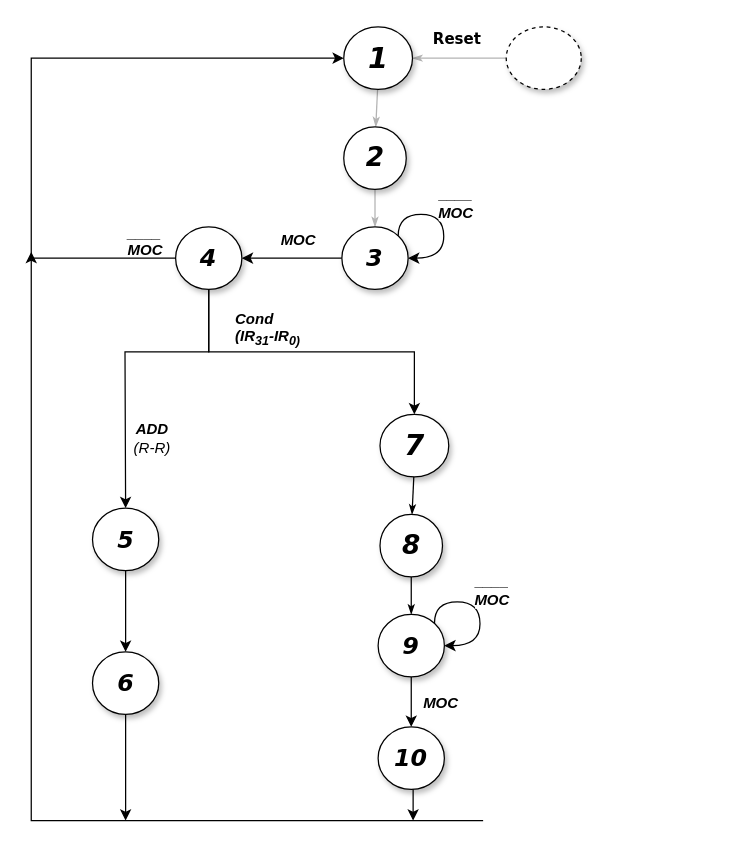
Before: CPU_State_Diag.drawio in TheParodicts/MIPS_CPU_Diagram, a draw.io diagram. Source tidied: cells renumbered, new cells numbered last; positions are measured from the earlier drawing's top-left corner, leaving out a move shared by most shapes. Both pictures are drawn from the tidied source at 125%, with x=0, y=0 at pixel (30, 26).
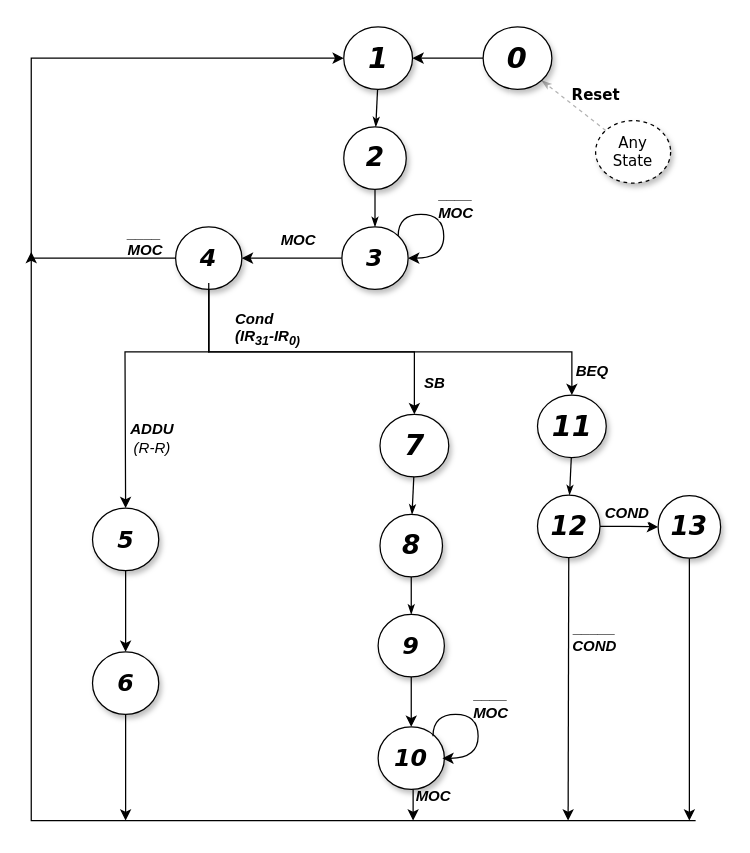
The same diagram, later.

The change refers to these unchanged cells:
```xml
<mxCell id="5" value="&lt;b&gt;&lt;i&gt;&lt;font style=&quot;font-size: 23px&quot;&gt;1&lt;/font&gt;&lt;/i&gt;&lt;/b&gt;" style="ellipse;whiteSpace=wrap;html=1;rounded=0;shadow=1;comic=0;labelBackgroundColor=none;strokeColor=#000000;strokeWidth=1;fillColor=#FFFFFF;fontFamily=Verdana;fontSize=12;fontColor=#000000;align=center;" parent="1" vertex="1">
  <mxGeometry x="250.5" width="55" height="50" as="geometry" />
</mxCell>
<mxCell id="7" value="&lt;span&gt;&lt;b&gt;&lt;i&gt;&lt;font style=&quot;font-size: 21px&quot;&gt;2&lt;/font&gt;&lt;/i&gt;&lt;/b&gt;&lt;/span&gt;" style="ellipse;whiteSpace=wrap;html=1;rounded=0;shadow=1;comic=0;labelBackgroundColor=none;strokeColor=#000000;strokeWidth=1;fillColor=#FFFFFF;fontFamily=Verdana;fontSize=12;fontColor=#000000;align=center;" parent="1" vertex="1">
  <mxGeometry x="250.5" y="80" width="50" height="50" as="geometry" />
</mxCell>
<mxCell id="8" style="edgeStyle=orthogonalEdgeStyle;rounded=0;jettySize=auto;html=1;" parent="1" edge="1" source="11" target="15">
  <mxGeometry relative="1" as="geometry" />
</mxCell>
<mxCell id="11" value="&lt;span&gt;&lt;b&gt;&lt;i&gt;&lt;font style=&quot;font-size: 19px&quot;&gt;3&lt;/font&gt;&lt;/i&gt;&lt;/b&gt;&lt;/span&gt;" style="ellipse;whiteSpace=wrap;html=1;rounded=0;shadow=1;comic=0;labelBackgroundColor=none;strokeColor=#000000;strokeWidth=1;fillColor=#FFFFFF;fontFamily=Verdana;fontSize=12;fontColor=#000000;align=center;" parent="1" vertex="1">
  <mxGeometry x="249" y="160" width="53" height="50" as="geometry" />
</mxCell>
<mxCell id="13" style="edgeStyle=orthogonalEdgeStyle;rounded=0;jettySize=auto;html=1;exitX=0.5;exitY=1;exitDx=0;exitDy=0;" parent="1" edge="1" source="15" target="17">
  <mxGeometry relative="1" as="geometry">
    <Array as="points">
      <mxPoint x="142.5" y="260" />
      <mxPoint x="75.5" y="260" />
    </Array>
  </mxGeometry>
</mxCell>
<mxCell id="15" value="&lt;span&gt;&lt;b&gt;&lt;i&gt;&lt;font style=&quot;font-size: 19px&quot;&gt;4&lt;/font&gt;&lt;/i&gt;&lt;/b&gt;&lt;/span&gt;" style="ellipse;whiteSpace=wrap;html=1;rounded=0;shadow=1;comic=0;labelBackgroundColor=none;strokeColor=#000000;strokeWidth=1;fillColor=#FFFFFF;fontFamily=Verdana;fontSize=12;fontColor=#000000;align=center;" parent="1" vertex="1">
  <mxGeometry x="116" y="160" width="53" height="50" as="geometry" />
</mxCell>
<mxCell id="26" value="&lt;span style=&quot;font-size: 23px&quot;&gt;&lt;b&gt;&lt;i&gt;7&lt;/i&gt;&lt;/b&gt;&lt;/span&gt;" style="ellipse;whiteSpace=wrap;html=1;rounded=0;shadow=1;comic=0;labelBackgroundColor=none;strokeColor=#000000;strokeWidth=1;fillColor=#FFFFFF;fontFamily=Verdana;fontSize=12;fontColor=#000000;align=center;" parent="1" vertex="1">
  <mxGeometry x="279.5" y="310" width="55" height="50" as="geometry" />
</mxCell>
<mxCell id="30" value="&lt;span&gt;&lt;b&gt;&lt;i&gt;&lt;font style=&quot;font-size: 19px&quot;&gt;9&lt;/font&gt;&lt;/i&gt;&lt;/b&gt;&lt;/span&gt;" style="ellipse;whiteSpace=wrap;html=1;rounded=0;shadow=1;comic=0;labelBackgroundColor=none;strokeColor=#000000;strokeWidth=1;fillColor=#FFFFFF;fontFamily=Verdana;fontSize=12;fontColor=#000000;align=center;" parent="1" vertex="1">
  <mxGeometry x="278" y="470" width="53" height="50" as="geometry" />
</mxCell>
```

What changed in the source:
```diff
@@
-    <mxCell id="2" value="&lt;b&gt;Reset&lt;/b&gt;" style="edgeStyle=none;rounded=1;html=1;labelBackgroundColor=none;startArrow=none;startFill=0;startSize=5;endArrow=classicThin;endFill=1;endSize=5;jettySize=auto;strokeColor=#B3B3B3;strokeWidth=1;fontFamily=Verdana;fontSize=12;fontColor=#000000;" parent="1" edge="1" source="3" target="5">
-      <mxGeometry x="0.07" y="-15" relative="1" as="geometry" />
+    <mxCell id="2" value="&lt;b&gt;Reset&lt;/b&gt;" style="edgeStyle=none;rounded=1;html=1;labelBackgroundColor=none;startArrow=none;startFill=0;startSize=5;endArrow=classicThin;endFill=1;endSize=5;jettySize=auto;strokeColor=#B3B3B3;strokeWidth=1;fontFamily=Verdana;fontSize=12;fontColor=#000000;dashed=1;entryX=1;entryY=1;entryDx=0;entryDy=0;" parent="1" edge="1" source="3" target="37">
+      <mxGeometry x="-0.27" y="-17" relative="1" as="geometry" />
     </mxCell>
-    <mxCell id="3" style="ellipse;whiteSpace=wrap;html=1;rounded=0;shadow=1;comic=0;labelBackgroundColor=none;strokeColor=#000000;strokeWidth=1;fillColor=#FFFFFF;fontFamily=Verdana;fontSize=12;fontColor=#000000;align=center;dashed=1;" parent="1" vertex="1">
-      <mxGeometry x="380.5" width="60" height="50" as="geometry" />
+    <mxCell id="3" value="Any State" style="ellipse;whiteSpace=wrap;html=1;rounded=0;shadow=1;comic=0;labelBackgroundColor=none;strokeColor=#000000;strokeWidth=1;fillColor=#FFFFFF;fontFamily=Verdana;fontSize=12;fontColor=#000000;align=center;dashed=1;" parent="1" vertex="1">
+      <mxGeometry x="452" y="75" width="60" height="50" as="geometry" />
     </mxCell>
-    <mxCell id="4" style="edgeStyle=none;rounded=1;html=1;labelBackgroundColor=none;startArrow=none;startFill=0;startSize=5;endArrow=classicThin;endFill=1;endSize=5;jettySize=auto;strokeColor=#B3B3B3;strokeWidth=1;fontFamily=Verdana;fontSize=12;fontColor=#000000;" parent="1" edge="1" source="5" target="7">
+    <mxCell id="4" style="edgeStyle=none;rounded=1;html=1;labelBackgroundColor=none;startArrow=none;startFill=0;startSize=5;endArrow=classicThin;endFill=1;endSize=5;jettySize=auto;strokeColor=#000000;strokeWidth=1;fontFamily=Verdana;fontSize=12;fontColor=#000000;" parent="1" edge="1" source="5" target="7">
       <mxGeometry relative="1" as="geometry" />
     </mxCell>
+    <mxCell id="36" style="edgeStyle=orthogonalEdgeStyle;rounded=0;jumpSize=0;jettySize=auto;html=1;strokeColor=#000000;endArrow=none;endFill=0;startArrow=classic;startFill=1;" parent="1" edge="1" source="5" target="37">
+      <mxGeometry relative="1" as="geometry" />
+    </mxCell>
@@
+    <mxCell id="37" value="&lt;b&gt;&lt;i&gt;&lt;font style=&quot;font-size: 23px&quot;&gt;0&lt;/font&gt;&lt;/i&gt;&lt;/b&gt;" style="ellipse;whiteSpace=wrap;html=1;rounded=0;shadow=1;comic=0;labelBackgroundColor=none;strokeColor=#000000;strokeWidth=1;fillColor=#FFFFFF;fontFamily=Verdana;fontSize=12;fontColor=#000000;align=center;" parent="1" vertex="1">
+      <mxGeometry x="362" width="55" height="50" as="geometry" />
+    </mxCell>
-    <mxCell id="6" style="edgeStyle=none;rounded=1;html=1;labelBackgroundColor=none;startArrow=none;startFill=0;startSize=5;endArrow=classicThin;endFill=1;endSize=5;jettySize=auto;strokeColor=#B3B3B3;strokeWidth=1;fontFamily=Verdana;fontSize=12;fontColor=#000000;" parent="1" edge="1" source="7" target="11">
+    <mxCell id="6" style="edgeStyle=none;rounded=1;html=1;labelBackgroundColor=none;startArrow=none;startFill=0;startSize=5;endArrow=classicThin;endFill=1;endSize=5;jettySize=auto;strokeColor=#000000;strokeWidth=1;fontFamily=Verdana;fontSize=12;fontColor=#000000;" parent="1" edge="1" source="7" target="11">
       <mxGeometry relative="1" as="geometry" />
     </mxCell>
@@
     <mxCell id="10" value="&lt;b&gt;&lt;i&gt;MOC&lt;/i&gt;&lt;/b&gt;" style="text;html=1;align=center;verticalAlign=middle;labelBackgroundColor=#ffffff;" parent="8" vertex="1">
       <mxGeometry x="-0.11" y="-3" relative="1" as="geometry">
-        <mxPoint x="114.5" y="358" as="offset" />
+        <mxPoint x="108.5" y="433" as="offset" />
       </mxGeometry>
     </mxCell>
@@
-    <mxCell id="14" value="&lt;i&gt;&lt;b&gt;ADD&lt;/b&gt;&lt;br&gt;(R-R)&lt;/i&gt;&lt;br&gt;" style="text;html=1;align=center;verticalAlign=middle;labelBackgroundColor=#ffffff;" parent="13" vertex="1">
+    <mxCell id="14" value="&lt;i&gt;&lt;b&gt;ADDU&lt;/b&gt;&lt;br&gt;(R-R)&lt;/i&gt;&lt;br&gt;" style="text;html=1;align=center;verticalAlign=middle;labelBackgroundColor=#ffffff;" parent="13" vertex="1">
       <mxGeometry x="0.37" y="-3" relative="1" as="geometry">
         <mxPoint x="23.5" y="19.5" as="offset" />
       </mxGeometry>
     </mxCell>
@@
     <mxCell id="23" style="endArrow=classic;html=1;edgeStyle=orthogonalEdgeStyle;rounded=0;" parent="1" edge="1">
       <mxGeometry relative="1" as="geometry">
-        <mxPoint x="362" y="635" as="sourcePoint" />
+        <mxPoint x="532" y="635" as="sourcePoint" />
         <mxPoint x="0.5" y="180" as="targetPoint" />
         <Array as="points">
           <mxPoint x="201" y="635" />
           <mxPoint x="1" y="635" />
         </Array>
       </mxGeometry>
     </mxCell>
@@
-    <mxCell id="33" style="edgeStyle=orthogonalEdgeStyle;rounded=0;orthogonalLoop=1;jettySize=auto;html=1;exitX=1;exitY=0;exitDx=0;exitDy=0;entryX=1;entryY=0.5;entryDx=0;entryDy=0;curved=1;" parent="1" edge="1" source="30" target="30">
-      <mxGeometry relative="1" as="geometry">
-        <Array as="points">
-          <mxPoint x="323.5" y="460" />
-          <mxPoint x="359.5" y="460" />
-          <mxPoint x="359.5" y="495" />
-        </Array>
-      </mxGeometry>
-    </mxCell>
+    <mxCell id="35" style="endArrow=classic;html=1;strokeColor=#000000;entryX=0.5;entryY=0;entryDx=0;entryDy=0;exitX=0.5;exitY=1;exitDx=0;exitDy=0;edgeStyle=orthogonalEdgeStyle;rounded=0;" parent="1" edge="1" source="15" target="26">
+      <mxGeometry relative="1" as="geometry" />
+    </mxCell>
+    <mxCell id="38" value="&lt;b&gt;&lt;i&gt;SB&lt;/i&gt;&lt;/b&gt;" style="text;html=1;align=center;verticalAlign=middle;labelBackgroundColor=#ffffff;" parent="35" vertex="1">
+      <mxGeometry x="0.75" relative="1" as="geometry">
+        <mxPoint x="15" y="8" as="offset" />
+      </mxGeometry>
+    </mxCell>
+    <mxCell id="39" style="edgeStyle=orthogonalEdgeStyle;rounded=0;orthogonalLoop=1;jettySize=auto;html=1;exitX=1;exitY=0;exitDx=0;exitDy=0;entryX=1;entryY=0.5;entryDx=0;entryDy=0;curved=1;" parent="1" edge="1">
+      <mxGeometry relative="1" as="geometry">
+        <mxPoint x="321.9" y="567.4" as="sourcePoint" />
+        <mxPoint x="329.4" y="585.1" as="targetPoint" />
+        <Array as="points">
+          <mxPoint x="322" y="550" />
+          <mxPoint x="358" y="550" />
+          <mxPoint x="358" y="585" />
+        </Array>
+      </mxGeometry>
+    </mxCell>
-    <mxCell id="34" value="&lt;b&gt;&lt;i&gt;____&lt;br&gt;MOC&lt;/i&gt;&lt;/b&gt;" style="text;html=1;align=center;verticalAlign=middle;labelBackgroundColor=#ffffff;horizontal=1;" parent="33" vertex="1">
+    <mxCell id="34" value="&lt;b&gt;&lt;i&gt;____&lt;br&gt;MOC&lt;/i&gt;&lt;/b&gt;" style="text;html=1;align=center;verticalAlign=middle;labelBackgroundColor=#ffffff;horizontal=1;" parent="39" vertex="1">
       <mxGeometry x="-0.23" y="-4" relative="1" as="geometry">
         <mxPoint x="18" y="-14" as="offset" />
       </mxGeometry>
     </mxCell>
-    <mxCell id="35" style="endArrow=classic;html=1;strokeColor=#000000;entryX=0.5;entryY=0;entryDx=0;entryDy=0;exitX=0.5;exitY=1;exitDx=0;exitDy=0;edgeStyle=orthogonalEdgeStyle;rounded=0;" parent="1" edge="1" source="15" target="26">
-      <mxGeometry relative="1" as="geometry" />
-    </mxCell>
+    <mxCell id="40" style="edgeStyle=none;rounded=1;html=1;labelBackgroundColor=none;startArrow=none;startFill=0;startSize=5;endArrow=classicThin;endFill=1;endSize=5;jettySize=auto;strokeColor=#000000;strokeWidth=1;fontFamily=Verdana;fontSize=12;fontColor=#000000;" parent="1" edge="1" source="41" target="46">
+      <mxGeometry relative="1" as="geometry" />
+    </mxCell>
+    <mxCell id="41" value="&lt;span style=&quot;font-size: 23px&quot;&gt;&lt;b&gt;&lt;i&gt;11&lt;/i&gt;&lt;/b&gt;&lt;/span&gt;" style="ellipse;whiteSpace=wrap;html=1;rounded=0;shadow=1;comic=0;labelBackgroundColor=none;strokeColor=#000000;strokeWidth=1;fillColor=#FFFFFF;fontFamily=Verdana;fontSize=12;fontColor=#000000;align=center;" parent="1" vertex="1">
+      <mxGeometry x="405.5" y="294.5" width="55" height="50" as="geometry" />
+    </mxCell>
+    <mxCell id="42" style="edgeStyle=orthogonalEdgeStyle;rounded=0;jumpSize=0;jettySize=auto;html=1;exitX=0.5;exitY=1;exitDx=0;exitDy=0;strokeColor=#000000;" parent="1" edge="1" source="46">
+      <mxGeometry relative="1" as="geometry">
+        <mxPoint x="430" y="635" as="targetPoint" />
+      </mxGeometry>
+    </mxCell>
+    <mxCell id="43" value="&lt;b&gt;&lt;i&gt;_____&lt;br&gt;COND&lt;/i&gt;&lt;/b&gt;&lt;br&gt;" style="text;html=1;align=center;verticalAlign=middle;labelBackgroundColor=#ffffff;" parent="42" vertex="1">
+      <mxGeometry x="-0.4" y="2" relative="1" as="geometry">
+        <mxPoint x="18" as="offset" />
+      </mxGeometry>
+    </mxCell>
+    <mxCell id="44" style="edgeStyle=orthogonalEdgeStyle;rounded=0;jumpSize=0;jettySize=auto;html=1;strokeColor=#000000;" parent="1" edge="1" source="46" target="48">
+      <mxGeometry relative="1" as="geometry" />
+    </mxCell>
+    <mxCell id="45" value="&lt;b&gt;&lt;i&gt;COND&lt;/i&gt;&lt;/b&gt;" style="text;html=1;align=center;verticalAlign=middle;labelBackgroundColor=#ffffff;" parent="44" vertex="1">
+      <mxGeometry y="-5" relative="1" as="geometry">
+        <mxPoint x="-3" y="-17" as="offset" />
+      </mxGeometry>
+    </mxCell>
+    <mxCell id="46" value="&lt;span&gt;&lt;b&gt;&lt;i&gt;&lt;font style=&quot;font-size: 21px&quot;&gt;12&lt;/font&gt;&lt;/i&gt;&lt;/b&gt;&lt;/span&gt;" style="ellipse;whiteSpace=wrap;html=1;rounded=0;shadow=1;comic=0;labelBackgroundColor=none;strokeColor=#000000;strokeWidth=1;fillColor=#FFFFFF;fontFamily=Verdana;fontSize=12;fontColor=#000000;align=center;" parent="1" vertex="1">
+      <mxGeometry x="405.5" y="374.5" width="50" height="50" as="geometry" />
+    </mxCell>
+    <mxCell id="47" style="edgeStyle=orthogonalEdgeStyle;rounded=0;jumpSize=0;jettySize=auto;html=1;exitX=0.5;exitY=1;exitDx=0;exitDy=0;strokeColor=#000000;" parent="1" edge="1" source="48">
+      <mxGeometry relative="1" as="geometry">
+        <mxPoint x="527" y="635" as="targetPoint" />
+      </mxGeometry>
+    </mxCell>
+    <mxCell id="48" value="&lt;span&gt;&lt;b&gt;&lt;i&gt;&lt;font style=&quot;font-size: 21px&quot;&gt;13&lt;/font&gt;&lt;/i&gt;&lt;/b&gt;&lt;/span&gt;" style="ellipse;whiteSpace=wrap;html=1;rounded=0;shadow=1;comic=0;labelBackgroundColor=none;strokeColor=#000000;strokeWidth=1;fillColor=#FFFFFF;fontFamily=Verdana;fontSize=12;fontColor=#000000;align=center;" parent="1" vertex="1">
+      <mxGeometry x="502" y="375" width="50" height="50" as="geometry" />
+    </mxCell>
+    <mxCell id="49" style="endArrow=classic;html=1;strokeColor=#000000;exitX=0.5;exitY=1;exitDx=0;exitDy=0;edgeStyle=orthogonalEdgeStyle;rounded=0;jumpSize=0;entryX=0.5;entryY=0;entryDx=0;entryDy=0;" parent="1" edge="1" target="41">
+      <mxGeometry relative="1" as="geometry">
+        <mxPoint x="142.5" y="204.9" as="sourcePoint" />
+        <Array as="points">
+          <mxPoint x="142" y="260" />
+          <mxPoint x="433" y="260" />
+        </Array>
+      </mxGeometry>
+    </mxCell>
+    <mxCell id="50" value="&lt;b&gt;&lt;i&gt;BEQ&lt;/i&gt;&lt;/b&gt;" style="text;html=1;align=center;verticalAlign=middle;labelBackgroundColor=#ffffff;" parent="49" vertex="1">
+      <mxGeometry x="0.75" relative="1" as="geometry">
+        <mxPoint x="28" y="15" as="offset" />
+      </mxGeometry>
+    </mxCell>
```
